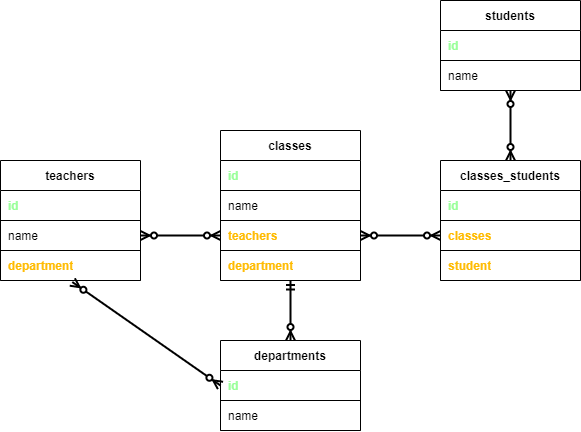
Earlier version of the draw.io export Week_8/sqool_activity/schema.drawio.png (justinthelaw/ussf-sdi). Source tidied: cells renumbered, new cells last; positions are measured from the earlier drawing's top-left corner, leaving out a move shared by most shapes.
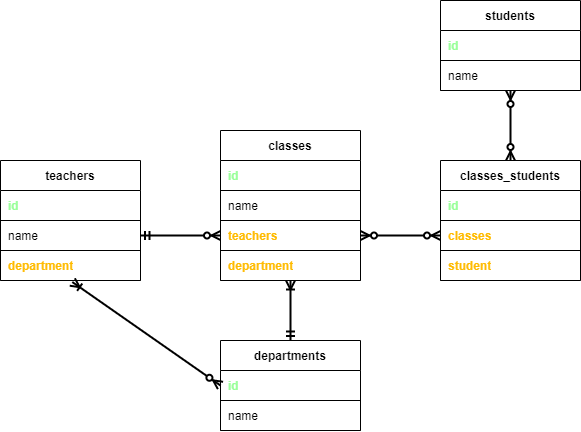
Later version of the same file.

Commit message:
Modified sqool schema

What changed in the source:
```diff
@@ -43,7 +43,7 @@
     <mxCell id="14" value="&lt;b&gt;&lt;font color=&quot;#ffbb00&quot;&gt;department&lt;/font&gt;&lt;/b&gt;" style="shape=partialRectangle;html=1;whiteSpace=wrap;fillColor=none;top=0;left=0;bottom=0;right=0;align=left;spacingLeft=6;overflow=hidden;" parent="13" vertex="1">
       <mxGeometry width="140" height="30" as="geometry" />
     </mxCell>
-    <mxCell id="15" style="endArrow=ERzeroToMany;html=1;startArrow=ERzeroToMany;startFill=1;endFill=1;jumpSize=7;strokeWidth=2;exitX=0;exitY=0.5;exitDx=0;exitDy=0;entryX=0.513;entryY=1.051;entryDx=0;entryDy=0;entryPerimeter=0;" parent="1" edge="1" source="4" target="13">
+    <mxCell id="15" style="endArrow=ERoneToMany;html=1;startArrow=ERzeroToMany;startFill=1;endFill=0;jumpSize=7;strokeWidth=2;exitX=0;exitY=0.5;exitDx=0;exitDy=0;entryX=0.513;entryY=1.051;entryDx=0;entryDy=0;entryPerimeter=0;" parent="1" edge="1" source="4" target="13">
       <mxGeometry relative="1" as="geometry" />
     </mxCell>
     <mxCell id="16" style="endArrow=ERoneToMany;html=1;startArrow=ERoneToMany;startFill=0;endFill=0;jumpSize=7;strokeWidth=2;" parent="1" edge="1" target="x">
@@ -114,12 +114,12 @@
     <mxCell id="37" value="&lt;font color=&quot;#ffbb00&quot;&gt;&lt;b&gt;student&lt;/b&gt;&lt;/font&gt;" style="shape=partialRectangle;html=1;whiteSpace=wrap;fillColor=none;top=0;left=0;bottom=0;right=0;align=left;spacingLeft=6;overflow=hidden;" parent="36" vertex="1">
       <mxGeometry width="140" height="30" as="geometry" />
     </mxCell>
-    <mxCell id="38" style="endArrow=ERmandOne;html=1;startArrow=ERzeroToMany;startFill=1;endFill=0;jumpSize=7;strokeWidth=2;exitX=0.5;exitY=0;exitDx=0;exitDy=0;" parent="1" edge="1" source="3">
+    <mxCell id="38" style="endArrow=ERoneToMany;html=1;startArrow=ERmandOne;startFill=0;endFill=0;jumpSize=7;strokeWidth=2;exitX=0.5;exitY=0;exitDx=0;exitDy=0;" parent="1" edge="1" source="3">
       <mxGeometry relative="1" as="geometry">
         <mxPoint x="320" y="280" as="targetPoint" />
       </mxGeometry>
     </mxCell>
-    <mxCell id="39" style="endArrow=ERzeroToMany;html=1;startArrow=ERzeroToMany;startFill=1;endFill=1;jumpSize=7;strokeWidth=2;entryX=0;entryY=0.5;entryDx=0;entryDy=0;exitX=1;exitY=0.5;exitDx=0;exitDy=0;" parent="1" edge="1" source="11" target="22">
+    <mxCell id="39" style="endArrow=ERzeroToMany;html=1;startArrow=ERmandOne;startFill=0;endFill=1;jumpSize=7;strokeWidth=2;entryX=0;entryY=0.5;entryDx=0;entryDy=0;exitX=1;exitY=0.5;exitDx=0;exitDy=0;" parent="1" edge="1" source="11" target="22">
       <mxGeometry relative="1" as="geometry" />
     </mxCell>
     <mxCell id="40" style="endArrow=ERzeroToMany;html=1;startArrow=ERzeroToMany;startFill=1;endFill=1;jumpSize=7;strokeWidth=2;entryX=0;entryY=0.5;entryDx=0;entryDy=0;exitX=1;exitY=0.5;exitDx=0;exitDy=0;" parent="1" edge="1" source="22" target="34">
```
